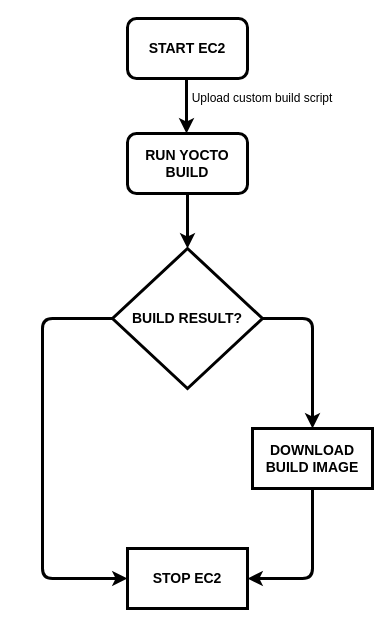
The draw.io diagram flow-chart.drawio in ttruongatl/yocto-ec2, before the edit. Source tidied: cells renumbered, new cells numbered last; positions are measured from the earlier drawing's top-left corner, leaving out a move shared by most shapes. Both pictures are drawn from the tidied source at 100%, with x=0, y=0 at pixel (42, 18).
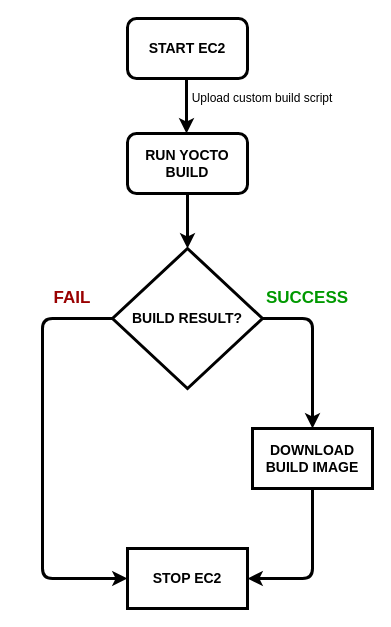
The same diagram, later.

Diff of the diagram source:
```diff
@@
+    <mxCell id="13" value="&lt;font color=&quot;#009900&quot; size=&quot;1&quot;&gt;&lt;b style=&quot;font-size: 17px&quot;&gt;SUCCESS&lt;/b&gt;&lt;/font&gt;" style="text;html=1;strokeColor=none;fillColor=none;align=center;verticalAlign=middle;whiteSpace=wrap;rounded=0;" parent="1" vertex="1">
+      <mxGeometry x="210" y="270" width="110" height="20" as="geometry" />
+    </mxCell>
+    <mxCell id="14" value="&lt;font size=&quot;1&quot; color=&quot;#990000&quot;&gt;&lt;b style=&quot;font-size: 17px&quot;&gt;FAIL&lt;/b&gt;&lt;/font&gt;" style="text;html=1;strokeColor=none;fillColor=none;align=center;verticalAlign=middle;whiteSpace=wrap;rounded=0;" parent="1" vertex="1">
+      <mxGeometry x="-25" y="270" width="110" height="20" as="geometry" />
+    </mxCell>
```
